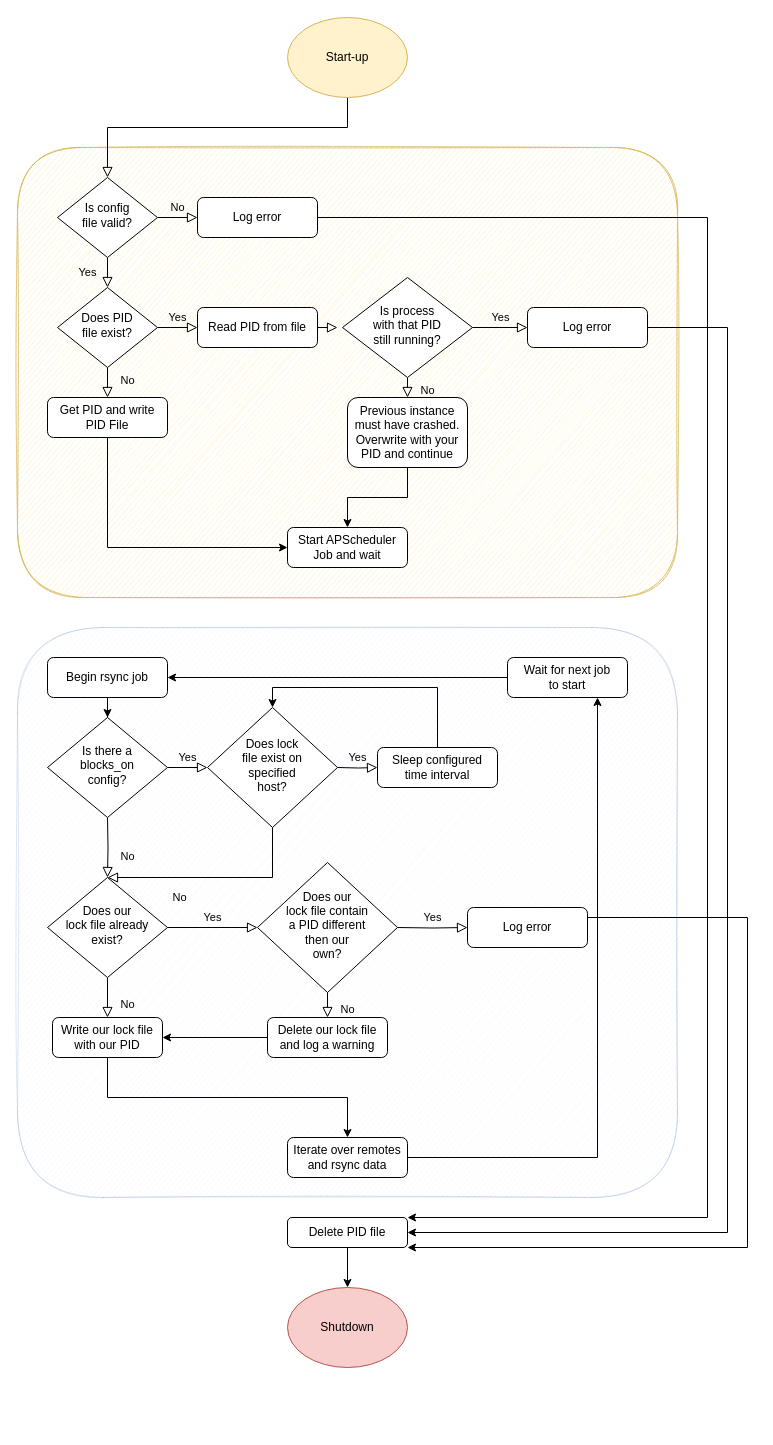
Above: backupmanager/resources/drawio/backupmanager-process-flow.drawio in rchapin/backup_manager (draw.io), before the change. Source tidied: cells renumbered, new cells numbered last; positions are measured from the earlier drawing's top-left corner, leaving out a move shared by most shapes. Both pictures are drawn from the tidied source at 100%, with x=0, y=0 at pixel (17, 17).
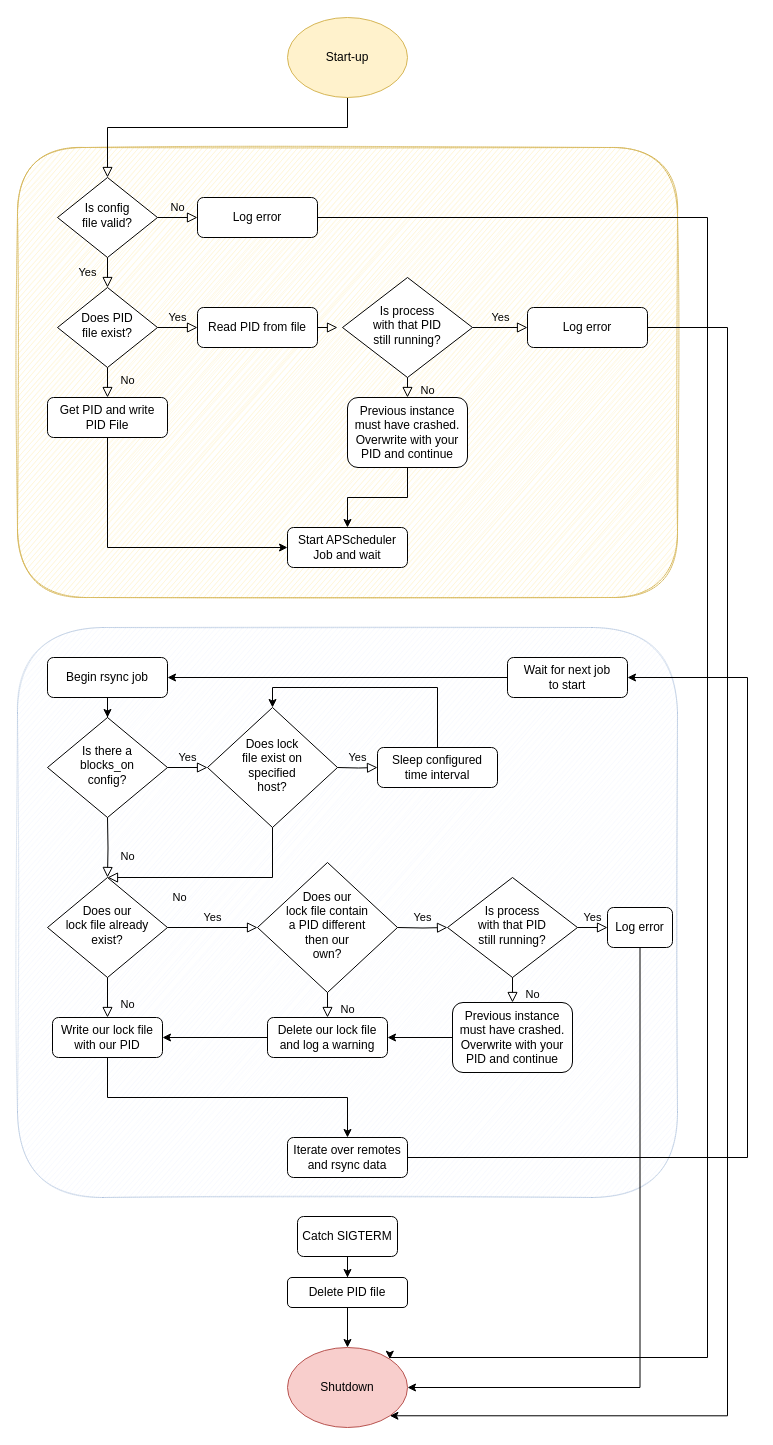
The same page after the edit.

The change refers to these unchanged cells:
```xml
<mxCell id="9" value="Log error&lt;br&gt;" style="rounded=1;whiteSpace=wrap;html=1;fontSize=12;glass=0;strokeWidth=1;shadow=0;" parent="1" vertex="1">
  <mxGeometry x="180" y="180" width="120" height="40" as="geometry" />
</mxCell>
<mxCell id="21" value="Log error&lt;br&gt;" style="rounded=1;whiteSpace=wrap;html=1;fontSize=12;glass=0;strokeWidth=1;shadow=0;" parent="1" vertex="1">
  <mxGeometry x="510" y="290" width="120" height="40" as="geometry" />
</mxCell>
<mxCell id="36" value="Delete our lock file and log a warning" style="rounded=1;whiteSpace=wrap;html=1;fontSize=12;glass=0;strokeWidth=1;shadow=0;" parent="1" vertex="1">
  <mxGeometry x="250" y="1000" width="120" height="40" as="geometry" />
</mxCell>
<mxCell id="50" value="Iterate over remotes&lt;br&gt;and rsync data" style="rounded=1;whiteSpace=wrap;html=1;fontSize=12;glass=0;strokeWidth=1;shadow=0;" parent="1" vertex="1">
  <mxGeometry x="270" y="1120" width="120" height="40" as="geometry" />
</mxCell>
<mxCell id="54" value="Wait for next job&lt;br&gt;to start" style="rounded=1;whiteSpace=wrap;html=1;fontSize=12;glass=0;strokeWidth=1;shadow=0;" parent="1" vertex="1">
  <mxGeometry x="490" y="640" width="120" height="40" as="geometry" />
</mxCell>
```

What changed in the source:
```diff
@@
-    <mxCell id="8" style="edgeStyle=orthogonalEdgeStyle;rounded=0;jettySize=auto;html=1;exitX=1;exitY=0.5;exitDx=0;exitDy=0;entryX=1;entryY=0;entryDx=0;entryDy=0;" parent="1" edge="1" source="9" target="52">
+    <mxCell id="8" style="edgeStyle=orthogonalEdgeStyle;rounded=0;jettySize=auto;html=1;exitX=1;exitY=0.5;exitDx=0;exitDy=0;entryX=1;entryY=0;entryDx=0;entryDy=0;" parent="1" edge="1" source="9" target="17">
       <mxGeometry relative="1" as="geometry">
         <Array as="points">
           <mxPoint x="690" y="200" />
-          <mxPoint x="690" y="1200" />
+          <mxPoint x="690" y="1340" />
+          <mxPoint x="372" y="1340" />
         </Array>
       </mxGeometry>
     </mxCell>
@@
     <mxCell id="17" value="Shutdown" style="ellipse;whiteSpace=wrap;html=1;fillColor=#f8cecc;strokeColor=#b85450;" parent="1" vertex="1">
-      <mxGeometry x="270" y="1270" width="120" height="80" as="geometry" />
+      <mxGeometry x="270" y="1330" width="120" height="80" as="geometry" />
     </mxCell>
@@
-    <mxCell id="20" style="edgeStyle=orthogonalEdgeStyle;rounded=0;jettySize=auto;html=1;exitX=1;exitY=0.5;exitDx=0;exitDy=0;entryX=1;entryY=0.5;entryDx=0;entryDy=0;" parent="1" edge="1" source="21" target="52">
+    <mxCell id="20" style="edgeStyle=orthogonalEdgeStyle;rounded=0;jettySize=auto;html=1;exitX=1;exitY=0.5;exitDx=0;exitDy=0;entryX=1;entryY=1;entryDx=0;entryDy=0;" parent="1" edge="1" source="21" target="17">
       <mxGeometry relative="1" as="geometry">
         <Array as="points">
           <mxPoint x="710" y="310" />
-          <mxPoint x="710" y="1215" />
+          <mxPoint x="710" y="1398" />
         </Array>
       </mxGeometry>
     </mxCell>
@@
-    <mxCell id="42" value="Yes" style="edgeStyle=orthogonalEdgeStyle;rounded=0;html=1;jettySize=auto;fontSize=11;endArrow=block;endFill=0;endSize=8;strokeWidth=1;shadow=0;labelBackgroundColor=none;" parent="1" edge="1" target="44">
+    <mxCell id="42" value="Yes" style="edgeStyle=orthogonalEdgeStyle;rounded=0;html=1;jettySize=auto;fontSize=11;endArrow=block;endFill=0;endSize=8;strokeWidth=1;shadow=0;labelBackgroundColor=none;entryX=0;entryY=0.5;entryDx=0;entryDy=0;" parent="1" edge="1" target="55">
       <mxGeometry y="10" relative="1" as="geometry">
         <mxPoint x="380" y="910" as="sourcePoint" />
       </mxGeometry>
     </mxCell>
-    <mxCell id="43" style="edgeStyle=orthogonalEdgeStyle;rounded=0;jettySize=auto;html=1;exitX=1;exitY=0.25;exitDx=0;exitDy=0;entryX=1;entryY=1;entryDx=0;entryDy=0;" parent="1" edge="1" source="44" target="52">
+    <mxCell id="43" style="edgeStyle=orthogonalEdgeStyle;rounded=0;jettySize=auto;html=1;exitX=0.5;exitY=1;exitDx=0;exitDy=0;entryX=1;entryY=0.5;entryDx=0;entryDy=0;" parent="1" edge="1" source="44" target="17">
       <mxGeometry relative="1" as="geometry">
         <Array as="points">
-          <mxPoint x="730" y="900" />
-          <mxPoint x="730" y="1230" />
+          <mxPoint x="623" y="1370" />
         </Array>
       </mxGeometry>
     </mxCell>
     <mxCell id="44" value="Log error&lt;br&gt;" style="rounded=1;whiteSpace=wrap;html=1;fontSize=12;glass=0;strokeWidth=1;shadow=0;" parent="1" vertex="1">
-      <mxGeometry x="450" y="890" width="120" height="40" as="geometry" />
+      <mxGeometry x="590" y="890" width="65" height="40" as="geometry" />
     </mxCell>
@@
-    <mxCell id="49" style="edgeStyle=orthogonalEdgeStyle;rounded=0;jettySize=auto;html=1;exitX=1;exitY=0.5;exitDx=0;exitDy=0;entryX=0.75;entryY=1;entryDx=0;entryDy=0;" parent="1" edge="1" source="50" target="54">
-      <mxGeometry relative="1" as="geometry" />
+    <mxCell id="49" style="edgeStyle=orthogonalEdgeStyle;rounded=0;jettySize=auto;html=1;exitX=1;exitY=0.5;exitDx=0;exitDy=0;entryX=1;entryY=0.5;entryDx=0;entryDy=0;" parent="1" edge="1" source="50" target="54">
+      <mxGeometry relative="1" as="geometry">
+        <Array as="points">
+          <mxPoint x="730" y="1140" />
+          <mxPoint x="730" y="660" />
+        </Array>
+      </mxGeometry>
     </mxCell>
@@
     <mxCell id="52" value="Delete PID file" style="rounded=1;whiteSpace=wrap;html=1;" parent="1" vertex="1">
-      <mxGeometry x="270" y="1200" width="120" height="30" as="geometry" />
+      <mxGeometry x="270" y="1260" width="120" height="30" as="geometry" />
     </mxCell>
@@
+    <mxCell id="55" value="Is process&lt;br&gt;with that PID&lt;br&gt;still running?" style="rhombus;whiteSpace=wrap;html=1;shadow=0;fontFamily=Helvetica;fontSize=12;align=center;strokeWidth=1;spacing=6;spacingTop=-4;" parent="1" vertex="1">
+      <mxGeometry x="430" y="860" width="130" height="100" as="geometry" />
+    </mxCell>
+    <mxCell id="56" value="No" style="rounded=0;html=1;jettySize=auto;fontSize=11;endArrow=block;endFill=0;endSize=8;strokeWidth=1;shadow=0;labelBackgroundColor=none;edgeStyle=orthogonalEdgeStyle;exitX=0.5;exitY=1;exitDx=0;exitDy=0;entryX=0.5;entryY=0;entryDx=0;entryDy=0;" parent="1" edge="1" source="55" target="58">
+      <mxGeometry x="0.33" y="20" relative="1" as="geometry" />
+    </mxCell>
+    <mxCell id="57" style="edgeStyle=orthogonalEdgeStyle;rounded=0;jettySize=auto;html=1;exitX=0;exitY=0.5;exitDx=0;exitDy=0;entryX=1;entryY=0.5;entryDx=0;entryDy=0;" parent="1" edge="1" source="58" target="36">
+      <mxGeometry relative="1" as="geometry" />
+    </mxCell>
+    <mxCell id="58" value="Previous instance must have crashed. Overwrite with your PID and continue" style="rounded=1;whiteSpace=wrap;html=1;fontSize=12;glass=0;strokeWidth=1;shadow=0;" parent="1" vertex="1">
+      <mxGeometry x="435" y="985" width="120" height="70" as="geometry" />
+    </mxCell>
+    <mxCell id="59" value="Yes" style="edgeStyle=orthogonalEdgeStyle;rounded=0;html=1;jettySize=auto;fontSize=11;endArrow=block;endFill=0;endSize=8;strokeWidth=1;shadow=0;labelBackgroundColor=none;entryX=0;entryY=0.5;entryDx=0;entryDy=0;exitX=1;exitY=0.5;exitDx=0;exitDy=0;" parent="1" edge="1" source="55" target="44">
+      <mxGeometry y="10" relative="1" as="geometry" />
+    </mxCell>
+    <mxCell id="60" style="edgeStyle=orthogonalEdgeStyle;rounded=0;jettySize=auto;html=1;exitX=0.5;exitY=1;exitDx=0;exitDy=0;" parent="1" edge="1" source="61" target="52">
+      <mxGeometry relative="1" as="geometry" />
+    </mxCell>
+    <mxCell id="61" value="Catch SIGTERM" style="rounded=1;whiteSpace=wrap;html=1;" parent="1" vertex="1">
+      <mxGeometry x="280" y="1199" width="100" height="40" as="geometry" />
+    </mxCell>
```
